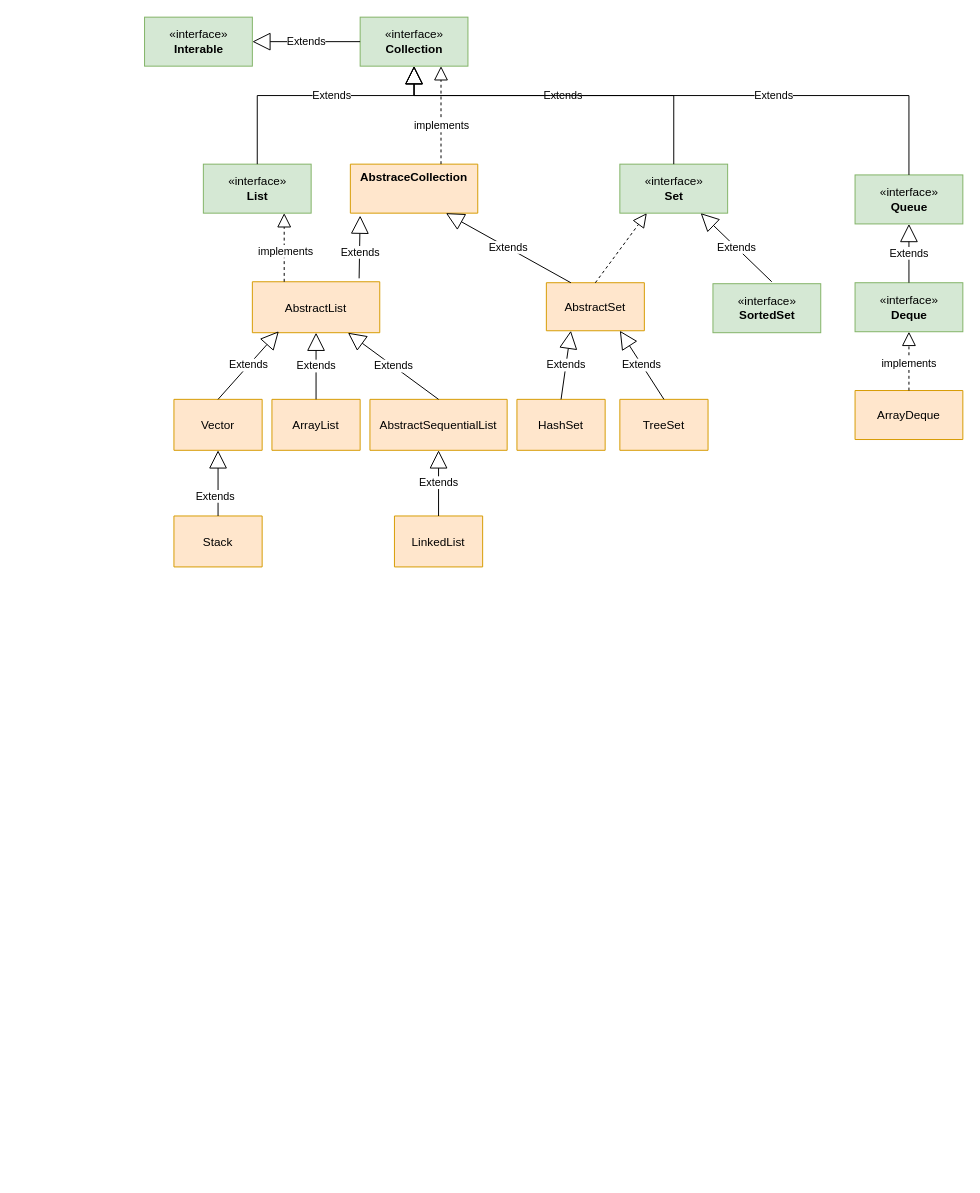
The draw.io diagram collections.drawio in seuzxc/book, before the edit. Source tidied: cells renumbered, new cells numbered last; positions are measured from the earlier drawing's top-left corner, leaving out a move shared by most shapes. Both pictures are drawn from the tidied source at 98%, with x=0, y=0 at pixel (144, 17).
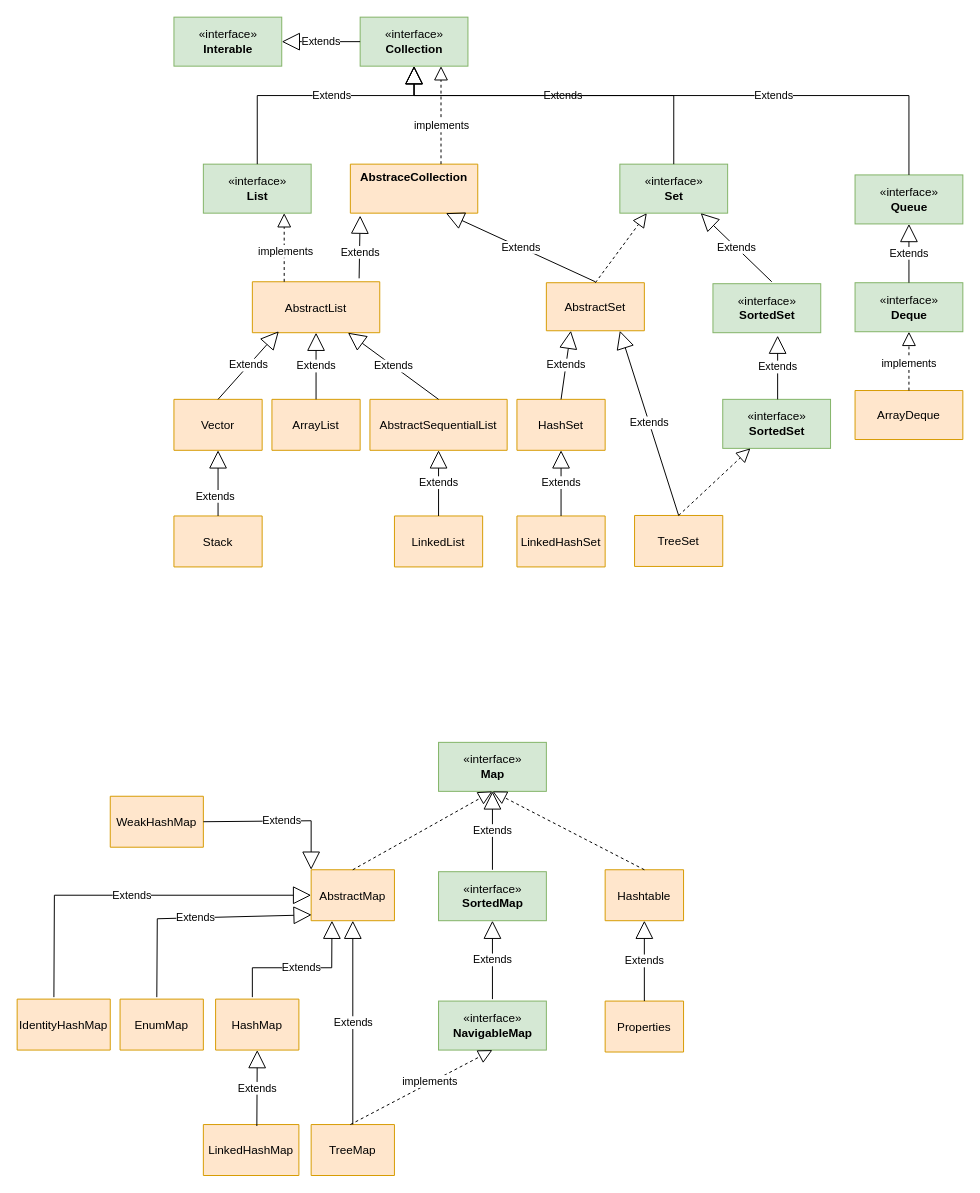
The same page after the edit.

Unchanged cells that the change refers to:
```xml
<mxCell id="11" value="AbstraceCollection" style="swimlane;fontStyle=1;align=center;verticalAlign=top;horizontal=1;startSize=50;fillColor=#ffe6cc;strokeColor=#d79b00;" parent="1" vertex="1">
  <mxGeometry x="210" y="150" width="130" height="50" as="geometry" />
</mxCell>
<mxCell id="31" value="AbstractSet" style="swimlane;fontStyle=0;horizontal=1;startSize=52;fillColor=#ffe6cc;strokeColor=#d79b00;" parent="1" vertex="1">
  <mxGeometry x="410" y="271" width="100" height="49" as="geometry" />
</mxCell>
<mxCell id="32" value="«interface»&lt;br&gt;&lt;b&gt;SortedSet&lt;/b&gt;" style="html=1;fillColor=#d5e8d4;strokeColor=#82b366;" parent="1" vertex="1">
  <mxGeometry x="580" y="272" width="110" height="50" as="geometry" />
</mxCell>
<mxCell id="36" value="HashSet" style="swimlane;fontStyle=0;horizontal=1;startSize=52;fillColor=#ffe6cc;strokeColor=#d79b00;" parent="1" vertex="1">
  <mxGeometry x="380" y="390" width="90" height="52" as="geometry" />
</mxCell>
```

Change to the diagram source:
```diff
@@
     <mxCell id="2" value="«interface»&lt;br&gt;&lt;b&gt;Interable&lt;/b&gt;" style="html=1;fillColor=#d5e8d4;strokeColor=#82b366;" parent="1" vertex="1">
-      <mxGeometry width="110" height="50" as="geometry" />
+      <mxGeometry x="30" width="110" height="50" as="geometry" />
     </mxCell>
@@
-    <mxCell id="35" value="Extends" style="endArrow=block;endSize=16;endFill=0;html=1;rounded=0;entryX=0.75;entryY=1;entryDx=0;entryDy=0;exitX=0.25;exitY=0;exitDx=0;exitDy=0;" parent="1" edge="1" source="31" target="11">
-      <mxGeometry relative="1" as="geometry" />
+    <mxCell id="35" value="Extends" style="endArrow=block;endSize=16;endFill=0;html=1;rounded=0;entryX=0.75;entryY=1;entryDx=0;entryDy=0;" parent="1" edge="1" target="11">
+      <mxGeometry relative="1" as="geometry">
+        <mxPoint x="460" y="270" as="sourcePoint" />
+      </mxGeometry>
     </mxCell>
@@
     <mxCell id="40" value="TreeSet" style="swimlane;fontStyle=0;horizontal=1;startSize=52;fillColor=#ffe6cc;strokeColor=#d79b00;" parent="1" vertex="1">
-      <mxGeometry x="485" y="390" width="90" height="52" as="geometry" />
+      <mxGeometry x="500" y="508.5" width="90" height="52" as="geometry" />
     </mxCell>
@@
+    <mxCell id="42" value="«interface»&lt;br&gt;&lt;b&gt;SortedSet&lt;/b&gt;" style="html=1;fillColor=#d5e8d4;strokeColor=#82b366;" parent="1" vertex="1">
+      <mxGeometry x="590" y="390" width="110" height="50" as="geometry" />
+    </mxCell>
+    <mxCell id="43" value="Extends" style="endArrow=block;endSize=16;endFill=0;html=1;rounded=0;entryX=0.6;entryY=1.06;entryDx=0;entryDy=0;exitX=0.5;exitY=0;exitDx=0;exitDy=0;entryPerimeter=0;" parent="1" edge="1" target="32">
+      <mxGeometry relative="1" as="geometry">
+        <mxPoint x="646" y="390" as="sourcePoint" />
+      </mxGeometry>
+    </mxCell>
+    <mxCell id="44" style="endArrow=block;dashed=1;endFill=0;endSize=12;html=1;rounded=0;exitX=0.5;exitY=0;exitDx=0;exitDy=0;" parent="1" edge="1" source="40" target="42">
+      <mxGeometry relative="1" as="geometry" />
+    </mxCell>
+    <mxCell id="45" value="LinkedHashSet" style="swimlane;fontStyle=0;horizontal=1;startSize=52;fillColor=#ffe6cc;strokeColor=#d79b00;" parent="1" vertex="1">
+      <mxGeometry x="380" y="509" width="90" height="52" as="geometry" />
+    </mxCell>
+    <mxCell id="46" value="Extends" style="endArrow=block;endSize=16;endFill=0;html=1;rounded=0;entryX=0.5;entryY=1;entryDx=0;entryDy=0;exitX=0.5;exitY=0;exitDx=0;exitDy=0;" parent="1" edge="1" source="45" target="36">
+      <mxGeometry relative="1" as="geometry" />
+    </mxCell>
+    <mxCell id="47" value="«interface»&lt;br&gt;&lt;b&gt;Map&lt;/b&gt;" style="html=1;fillColor=#d5e8d4;strokeColor=#82b366;" parent="1" vertex="1">
+      <mxGeometry x="300" y="740" width="110" height="50" as="geometry" />
+    </mxCell>
+    <mxCell id="48" value="AbstractMap" style="swimlane;fontStyle=0;horizontal=1;startSize=52;fillColor=#ffe6cc;strokeColor=#d79b00;" parent="1" vertex="1">
+      <mxGeometry x="170" y="870" width="85" height="52" as="geometry" />
+    </mxCell>
+    <mxCell id="49" value="«interface»&lt;br&gt;&lt;b&gt;SortedMap&lt;/b&gt;" style="html=1;fillColor=#d5e8d4;strokeColor=#82b366;" parent="1" vertex="1">
+      <mxGeometry x="300" y="872" width="110" height="50" as="geometry" />
+    </mxCell>
+    <mxCell id="50" value="Extends" style="endArrow=block;endSize=16;endFill=0;html=1;rounded=0;entryX=0.5;entryY=1;entryDx=0;entryDy=0;" parent="1" edge="1" target="47">
+      <mxGeometry relative="1" as="geometry">
+        <mxPoint x="355" y="870" as="sourcePoint" />
+      </mxGeometry>
+    </mxCell>
+    <mxCell id="51" value="«interface»&lt;br&gt;&lt;b&gt;NavigableMap&lt;/b&gt;" style="html=1;fillColor=#d5e8d4;strokeColor=#82b366;" parent="1" vertex="1">
+      <mxGeometry x="300" y="1004" width="110" height="50" as="geometry" />
+    </mxCell>
+    <mxCell id="52" value="Extends" style="endArrow=block;endSize=16;endFill=0;html=1;rounded=0;entryX=0.5;entryY=1;entryDx=0;entryDy=0;" parent="1" edge="1">
+      <mxGeometry relative="1" as="geometry">
+        <mxPoint x="355" y="1002" as="sourcePoint" />
+        <mxPoint x="355" y="922" as="targetPoint" />
+      </mxGeometry>
+    </mxCell>
+    <mxCell id="53" value="Hashtable" style="swimlane;fontStyle=0;horizontal=1;startSize=52;fillColor=#ffe6cc;strokeColor=#d79b00;" parent="1" vertex="1">
+      <mxGeometry x="470" y="870" width="80" height="52" as="geometry" />
+    </mxCell>
+    <mxCell id="54" style="endArrow=block;dashed=1;endFill=0;endSize=12;html=1;rounded=0;entryX=0.5;entryY=1;entryDx=0;entryDy=0;" parent="53" edge="1" target="47">
+      <mxGeometry relative="1" as="geometry">
+        <mxPoint x="40" as="sourcePoint" />
+      </mxGeometry>
+    </mxCell>
+    <mxCell id="55" style="endArrow=block;dashed=1;endFill=0;endSize=12;html=1;rounded=0;exitX=0.5;exitY=0;exitDx=0;exitDy=0;" parent="1" edge="1" source="48">
+      <mxGeometry relative="1" as="geometry">
+        <mxPoint x="355" y="790" as="targetPoint" />
+      </mxGeometry>
+    </mxCell>
+    <mxCell id="56" value="TreeMap" style="swimlane;fontStyle=0;horizontal=1;startSize=52;fillColor=#ffe6cc;strokeColor=#d79b00;" parent="1" vertex="1">
+      <mxGeometry x="170" y="1130" width="85" height="52" as="geometry" />
+    </mxCell>
+    <mxCell id="57" style="endArrow=block;dashed=1;endFill=0;endSize=12;html=1;rounded=0;entryX=0.5;entryY=1;entryDx=0;entryDy=0;" parent="56" edge="1" target="51">
+      <mxGeometry relative="1" as="geometry">
+        <mxPoint x="40" as="sourcePoint" />
+      </mxGeometry>
+    </mxCell>
+    <mxCell id="58" value="implements" style="edgeLabel;html=1;align=center;verticalAlign=middle;" parent="57" vertex="1">
+      <mxGeometry x="0.12" y="2" relative="1" as="geometry" />
+    </mxCell>
+    <mxCell id="59" value="HashMap" style="swimlane;fontStyle=0;horizontal=1;startSize=52;fillColor=#ffe6cc;strokeColor=#d79b00;" parent="1" vertex="1">
+      <mxGeometry x="72.5" y="1002" width="85" height="52" as="geometry" />
+    </mxCell>
+    <mxCell id="60" value="Extends" style="endArrow=block;endSize=16;endFill=0;html=1;rounded=0;entryX=0.25;entryY=1;entryDx=0;entryDy=0;" parent="59" edge="1" target="48">
+      <mxGeometry relative="1" as="geometry">
+        <mxPoint x="37.5" y="-2" as="sourcePoint" />
+        <Array as="points">
+          <mxPoint x="37.5" y="-32" />
+          <mxPoint x="118.5" y="-32" />
+        </Array>
+      </mxGeometry>
+    </mxCell>
+    <mxCell id="61" value="Extends" style="endArrow=block;endSize=16;endFill=0;html=1;rounded=0;entryX=0.5;entryY=1;entryDx=0;entryDy=0;" parent="1" edge="1" source="56" target="48">
+      <mxGeometry relative="1" as="geometry" />
+    </mxCell>
+    <mxCell id="62" value="LinkedHashMap" style="swimlane;fontStyle=0;horizontal=1;startSize=52;fillColor=#ffe6cc;strokeColor=#d79b00;" parent="1" vertex="1">
+      <mxGeometry x="60" y="1130" width="97.5" height="52" as="geometry" />
+    </mxCell>
+    <mxCell id="63" value="Extends" style="endArrow=block;endSize=16;endFill=0;html=1;rounded=0;entryX=0.5;entryY=1;entryDx=0;entryDy=0;exitX=0.56;exitY=0.029;exitDx=0;exitDy=0;exitPerimeter=0;" parent="1" edge="1" source="62" target="59">
+      <mxGeometry relative="1" as="geometry" />
+    </mxCell>
+    <mxCell id="64" value="EnumMap" style="swimlane;fontStyle=0;horizontal=1;startSize=52;fillColor=#ffe6cc;strokeColor=#d79b00;" parent="1" vertex="1">
+      <mxGeometry x="-25" y="1002" width="85" height="52" as="geometry" />
+    </mxCell>
+    <mxCell id="65" value="Extends" style="endArrow=block;endSize=16;endFill=0;html=1;rounded=0;entryX=0.006;entryY=0.885;entryDx=0;entryDy=0;entryPerimeter=0;" parent="64" edge="1" target="48">
+      <mxGeometry relative="1" as="geometry">
+        <mxPoint x="37.5" y="-2" as="sourcePoint" />
+        <Array as="points">
+          <mxPoint x="38" y="-82" />
+        </Array>
+      </mxGeometry>
+    </mxCell>
+    <mxCell id="66" value="IdentityHashMap" style="swimlane;fontStyle=0;horizontal=1;startSize=52;fillColor=#ffe6cc;strokeColor=#d79b00;" parent="1" vertex="1">
+      <mxGeometry x="-130" y="1002" width="95" height="52" as="geometry" />
+    </mxCell>
+    <mxCell id="67" value="Extends" style="endArrow=block;endSize=16;endFill=0;html=1;rounded=0;entryX=0;entryY=0.5;entryDx=0;entryDy=0;" parent="66" edge="1" target="48">
+      <mxGeometry relative="1" as="geometry">
+        <mxPoint x="37.5" y="-2" as="sourcePoint" />
+        <Array as="points">
+          <mxPoint x="38" y="-106" />
+        </Array>
+      </mxGeometry>
+    </mxCell>
+    <mxCell id="68" value="Properties" style="swimlane;fontStyle=0;horizontal=1;startSize=52;fillColor=#ffe6cc;strokeColor=#d79b00;" parent="1" vertex="1">
+      <mxGeometry x="470" y="1004" width="80" height="52" as="geometry" />
+    </mxCell>
+    <mxCell id="69" value="Extends" style="endArrow=block;endSize=16;endFill=0;html=1;rounded=0;entryX=0.5;entryY=1;entryDx=0;entryDy=0;exitX=0.5;exitY=0;exitDx=0;exitDy=0;" parent="1" edge="1" source="68" target="53">
+      <mxGeometry relative="1" as="geometry" />
+    </mxCell>
+    <mxCell id="70" value="WeakHashMap" style="swimlane;fontStyle=0;horizontal=1;startSize=52;fillColor=#ffe6cc;strokeColor=#d79b00;" parent="1" vertex="1">
+      <mxGeometry x="-35" y="795" width="95" height="52" as="geometry" />
+    </mxCell>
+    <mxCell id="71" value="Extends" style="endArrow=block;endSize=16;endFill=0;html=1;rounded=0;entryX=0;entryY=0;entryDx=0;entryDy=0;exitX=1;exitY=0.5;exitDx=0;exitDy=0;" parent="1" edge="1" source="70" target="48">
+      <mxGeometry relative="1" as="geometry">
+        <Array as="points">
+          <mxPoint x="170" y="820" />
+        </Array>
+      </mxGeometry>
+    </mxCell>
```
